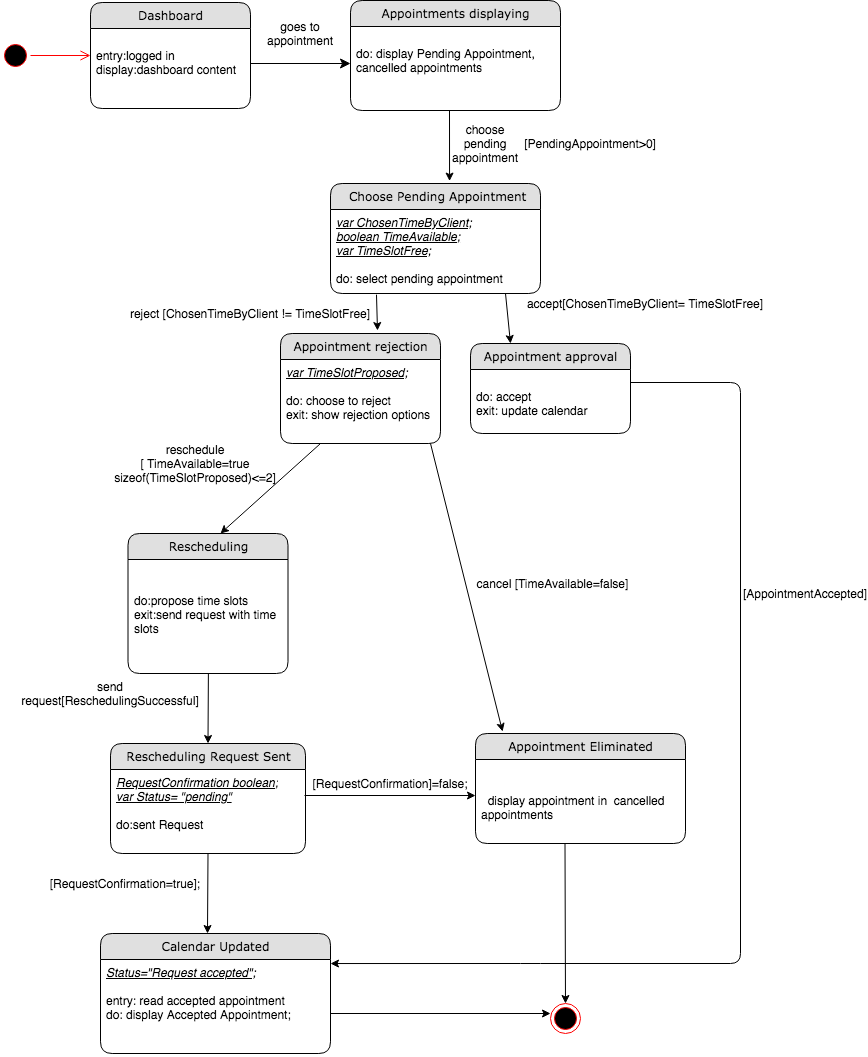
Above: Diagrams/State Chart Diagrams FINAL/ ST_05-06-07  ACCEPT,REJECT,RESCHEDULE APPOINTMENT.png in kkasharaj17/SE-project (draw.io), before the change. Source tidied: cells renumbered, new cells last; positions are measured from the earlier drawing's top-left corner, leaving out a move shared by most shapes.
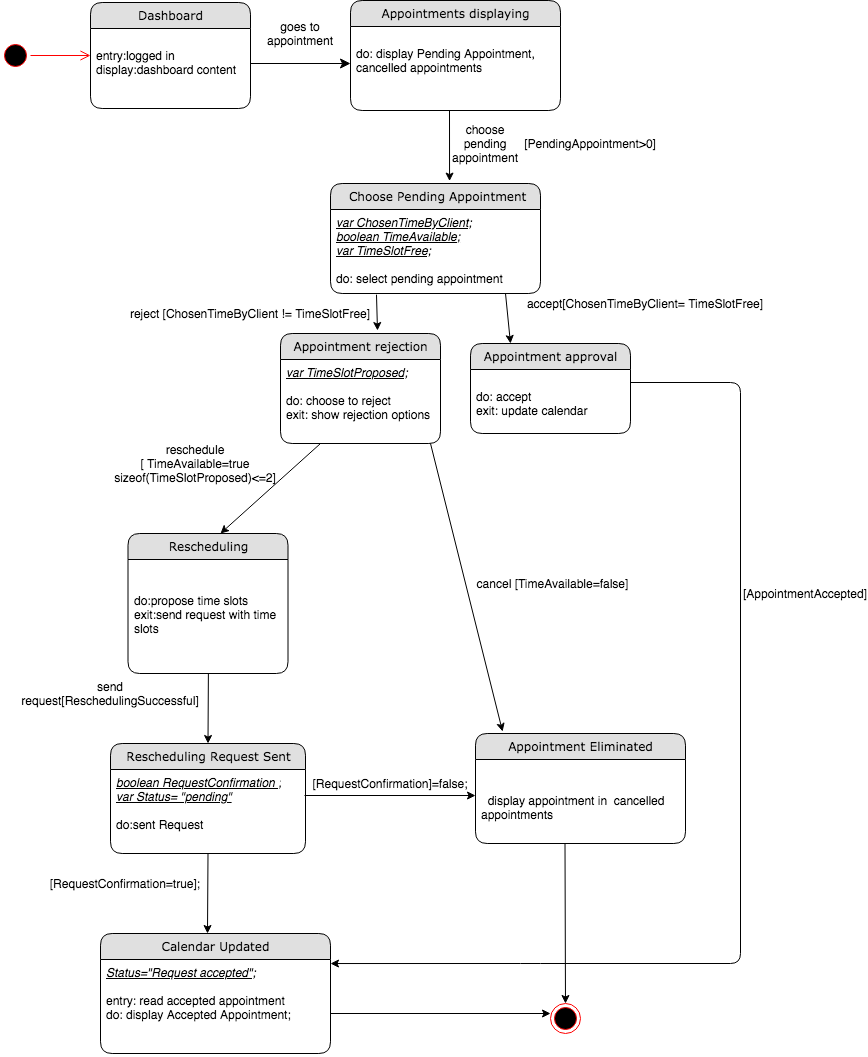
The same diagram one commit later.

The edit, as a diff of the source:
```diff
@@ -102,7 +102,7 @@
     <mxCell id="27" value="Rescheduling Request Sent" style="swimlane;html=1;fontStyle=0;horizontal=1;startSize=26;fillColor=#e0e0e0;swimlaneFillColor=#ffffff;align=center;rounded=1;shadow=0;comic=0;labelBackgroundColor=none;strokeWidth=1;fontFamily=Verdana;fontSize=12;" parent="1" vertex="1">
       <mxGeometry x="110" y="743" width="195" height="110" as="geometry" />
     </mxCell>
-    <mxCell id="28" value="&lt;i&gt;&lt;u&gt;RequestConfirmation boolean;&lt;br&gt;var Status= &quot;pending&quot;&lt;/u&gt;&lt;/i&gt;&lt;br&gt;&lt;br&gt;do:sent Request&lt;br&gt;" style="text;html=1;strokeColor=none;fillColor=none;spacingLeft=4;spacingRight=4;whiteSpace=wrap;overflow=hidden;" parent="27" vertex="1">
+    <mxCell id="28" value="&lt;i&gt;&lt;u&gt;boolean RequestConfirmation ;&lt;br&gt;var Status= &quot;pending&quot;&lt;/u&gt;&lt;/i&gt;&lt;br&gt;&lt;br&gt;do:sent Request" style="text;html=1;strokeColor=none;fillColor=none;spacingLeft=4;spacingRight=4;whiteSpace=wrap;overflow=hidden;" parent="27" vertex="1">
       <mxGeometry y="26" width="195" height="84" as="geometry" />
     </mxCell>
     <mxCell id="29" value="[RequestConfirmation]=false;" style="text;html=1;strokeColor=none;fillColor=none;align=center;verticalAlign=middle;whiteSpace=wrap;rounded=0;rotation=0;" parent="1" vertex="1">
```
